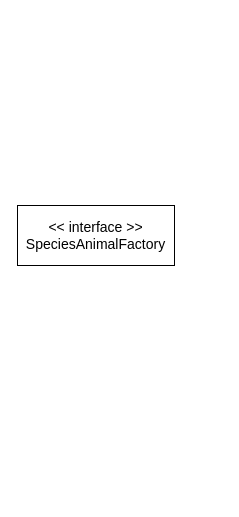
Earlier version of the draw.io diagram Untitled Diagram 2.drawio (quoctrung163/diagram). Source tidied: cells renumbered, new cells numbered last; positions are measured from the earlier drawing's top-left corner, leaving out a move shared by most shapes. Both pictures are drawn from the tidied source at 100%, with x=0, y=0 at pixel (17, 205).
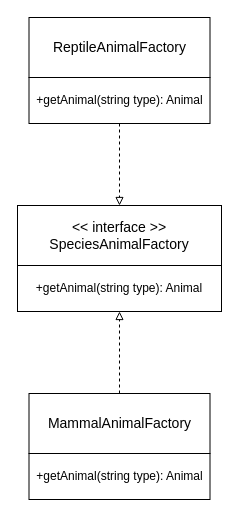
Above is the later version.

What changed in the source:
```diff
@@
 <mxGraphModel>
   <root>
     <mxCell id="0" />
     <mxCell id="1" parent="0" />
     <mxCell id="2" value="&lt;span style=&quot;font-size: 14px&quot;&gt;&amp;lt;&amp;lt; interface &amp;gt;&amp;gt;&lt;/span&gt;&lt;br style=&quot;font-size: 14px&quot;&gt;&lt;span style=&quot;font-size: 14px&quot;&gt;SpeciesAnimalFactory&lt;/span&gt;" style="rounded=0;whiteSpace=wrap;html=1;" parent="1" vertex="1">
-      <mxGeometry width="157" height="60" as="geometry" />
+      <mxGeometry width="204" height="60" as="geometry" />
     </mxCell>
+    <mxCell id="3" value="&lt;font style=&quot;font-size: 14px&quot;&gt;ReptileAnimalFactory&lt;/font&gt;" style="rounded=0;whiteSpace=wrap;html=1;" parent="1" vertex="1">
+      <mxGeometry x="11.5" y="-188" width="181" height="60" as="geometry" />
+    </mxCell>
+    <mxCell id="4" value="+getAnimal(string type): Animal" style="rounded=0;whiteSpace=wrap;html=1;" parent="1" vertex="1">
+      <mxGeometry y="60" width="204" height="46" as="geometry" />
+    </mxCell>
+    <mxCell id="5" value="+getAnimal(string type): Animal" style="rounded=0;whiteSpace=wrap;html=1;" parent="1" vertex="1">
+      <mxGeometry x="11.5" y="-128" width="181" height="46" as="geometry" />
+    </mxCell>
+    <mxCell id="6" value="&lt;font style=&quot;font-size: 14px&quot;&gt;MammalAnimalFactory&lt;/font&gt;" style="rounded=0;whiteSpace=wrap;html=1;" parent="1" vertex="1">
+      <mxGeometry x="11.5" y="188" width="181" height="60" as="geometry" />
+    </mxCell>
+    <mxCell id="7" value="+getAnimal(string type): Animal" style="rounded=0;whiteSpace=wrap;html=1;" parent="1" vertex="1">
+      <mxGeometry x="11.5" y="248" width="181" height="46" as="geometry" />
+    </mxCell>
+    <mxCell id="8" style="endArrow=block;html=1;dashed=1;entryX=0.5;entryY=0;entryDx=0;entryDy=0;exitX=0.5;exitY=1;exitDx=0;exitDy=0;endFill=0;" parent="1" edge="1" source="5" target="2">
+      <mxGeometry relative="1" as="geometry" />
+    </mxCell>
+    <mxCell id="9" style="endArrow=block;html=1;dashed=1;exitX=0.5;exitY=0;exitDx=0;exitDy=0;entryX=0.5;entryY=1;entryDx=0;entryDy=0;endFill=0;" parent="1" edge="1" source="6" target="4">
+      <mxGeometry relative="1" as="geometry" />
+    </mxCell>
   </root>
 </mxGraphModel>
```
